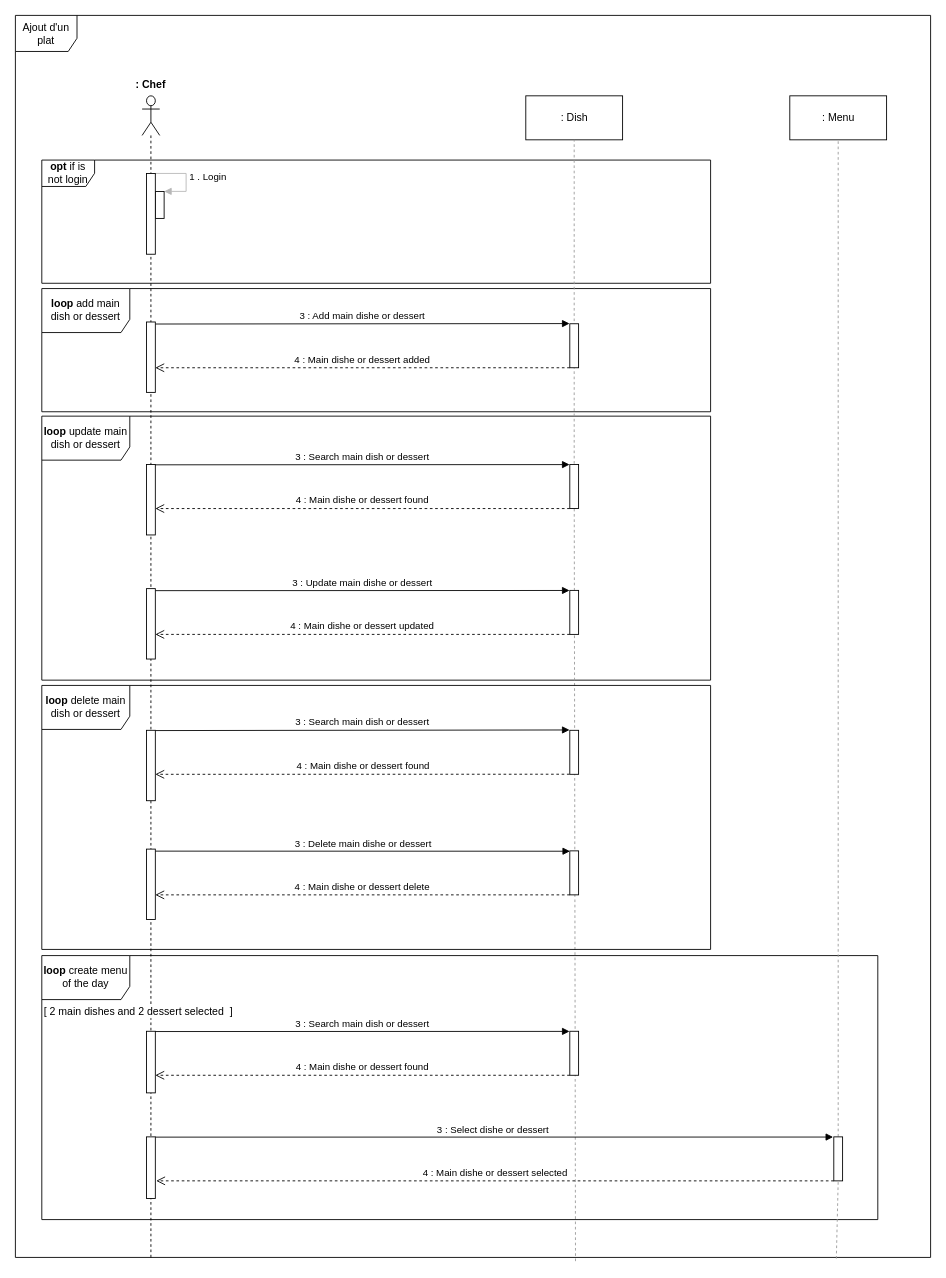
Before: page "Ajout d'un plat" (1 of 3) of Diagrammes de séquence.drawio in klaxurit/JuncaHugo_4_10122021, a draw.io diagram. Source tidied: cells renumbered, new cells numbered last; positions are measured from the earlier drawing's top-left corner, leaving out a move shared by most shapes. Both pictures are drawn from the tidied source at 88%, with x=0, y=0 at pixel (15, 15).
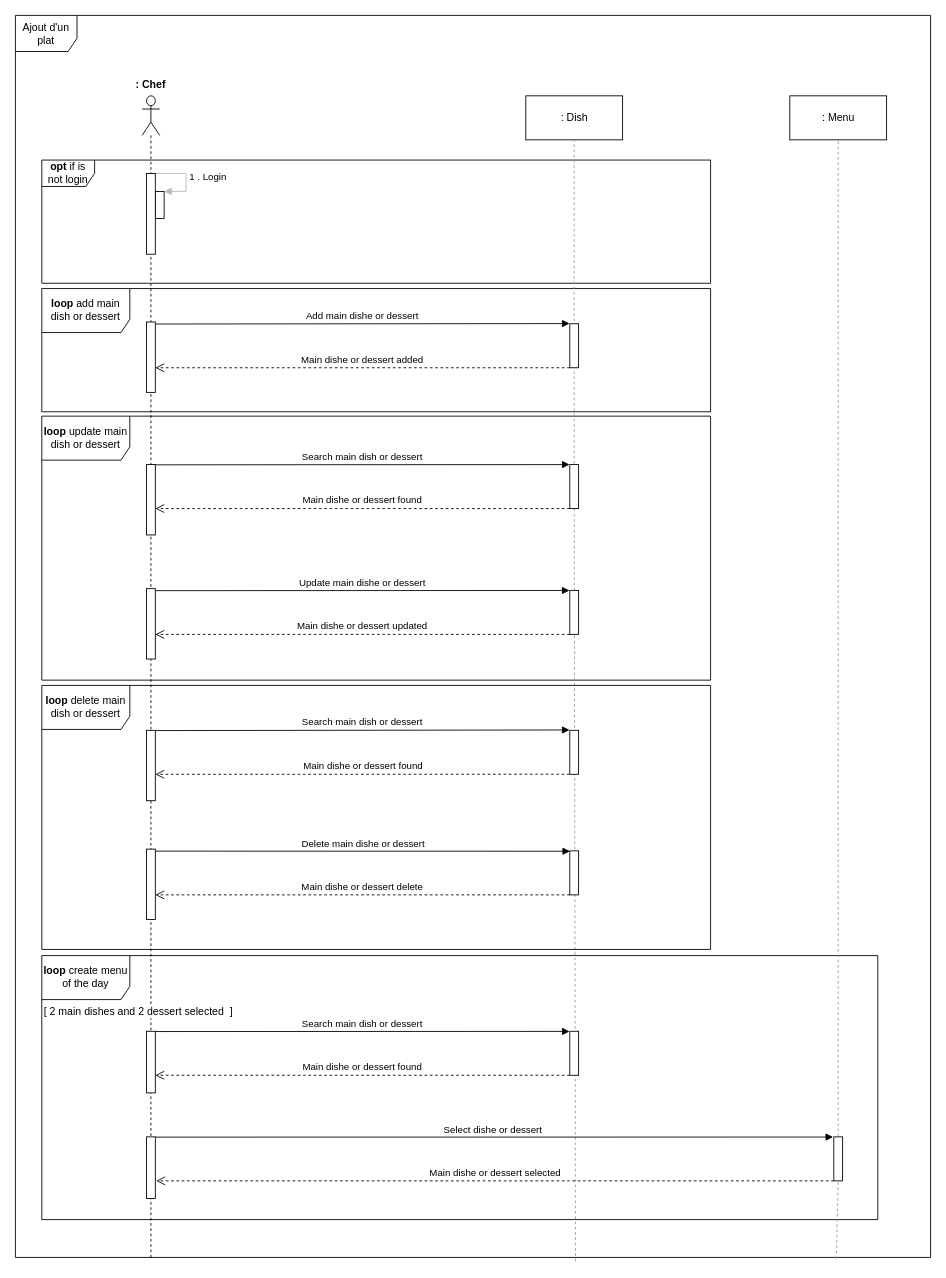
After the change.

The change refers to these unchanged cells:
```xml
<mxCell id="10" style="html=1;points=[];perimeter=orthogonalPerimeter;" parent="1" vertex="1">
  <mxGeometry x="630" y="350.4" width="10" height="50" as="geometry" />
</mxCell>
<mxCell id="20" style="html=1;points=[];perimeter=orthogonalPerimeter;" parent="1" vertex="1">
  <mxGeometry x="630" y="510.4" width="10" height="50" as="geometry" />
</mxCell>
<mxCell id="23" style="html=1;points=[];perimeter=orthogonalPerimeter;" parent="1" vertex="1">
  <mxGeometry x="630" y="653.4" width="10" height="50" as="geometry" />
</mxCell>
<mxCell id="30" style="html=1;points=[];perimeter=orthogonalPerimeter;" parent="1" vertex="1">
  <mxGeometry x="630" y="949.4" width="10" height="50" as="geometry" />
</mxCell>
<mxCell id="34" style="html=1;points=[];perimeter=orthogonalPerimeter;" parent="1" vertex="1">
  <mxGeometry x="630" y="812.4" width="10" height="50" as="geometry" />
</mxCell>
<mxCell id="39" style="html=1;points=[];perimeter=orthogonalPerimeter;" parent="1" vertex="1">
  <mxGeometry x="630" y="1154.4" width="10" height="50" as="geometry" />
</mxCell>
<mxCell id="44" style="html=1;points=[];perimeter=orthogonalPerimeter;" parent="1" vertex="1">
  <mxGeometry x="149" y="1274.4" width="10" height="70" as="geometry" />
</mxCell>
<mxCell id="45" style="html=1;points=[];perimeter=orthogonalPerimeter;" parent="1" vertex="1">
  <mxGeometry x="930" y="1274.4" width="10" height="50" as="geometry" />
</mxCell>
```

What changed in the source:
```diff
@@
-    <mxCell id="9" value="3 : Add main dishe or dessert" style="html=1;verticalAlign=bottom;endArrow=block;rounded=0;exitX=0.986;exitY=0.004;exitDx=0;exitDy=0;exitPerimeter=0;entryX=-0.028;entryY=-0.004;entryDx=0;entryDy=0;entryPerimeter=0;" parent="1" edge="1" target="10">
+    <mxCell id="9" value="Add main dishe or dessert" style="html=1;verticalAlign=bottom;endArrow=block;rounded=0;exitX=0.986;exitY=0.004;exitDx=0;exitDy=0;exitPerimeter=0;entryX=-0.028;entryY=-0.004;entryDx=0;entryDy=0;entryPerimeter=0;" parent="1" edge="1" target="10">
       <mxGeometry relative="1" as="geometry">
         <mxPoint x="158.9" y="350.7" as="sourcePoint" />
       </mxGeometry>
     </mxCell>
@@
-    <mxCell id="11" value="4 : Main dishe or dessert added" style="html=1;verticalAlign=bottom;endArrow=open;dashed=1;endSize=8;rounded=0;entryX=1;entryY=0.96;entryDx=0;entryDy=0;entryPerimeter=0;" parent="1" edge="1">
+    <mxCell id="11" value="Main dishe or dessert added" style="html=1;verticalAlign=bottom;endArrow=open;dashed=1;endSize=8;rounded=0;entryX=1;entryY=0.96;entryDx=0;entryDy=0;entryPerimeter=0;" parent="1" edge="1">
       <mxGeometry relative="1" as="geometry">
         <mxPoint x="630" y="400.4" as="sourcePoint" />
         <mxPoint x="159" y="400.4" as="targetPoint" />
       </mxGeometry>
     </mxCell>
@@
-    <mxCell id="19" value="3 : Search main dish or dessert" style="html=1;verticalAlign=bottom;endArrow=block;rounded=0;exitX=0.986;exitY=0.004;exitDx=0;exitDy=0;exitPerimeter=0;entryX=-0.028;entryY=0.001;entryDx=0;entryDy=0;entryPerimeter=0;" parent="1" edge="1" target="20">
+    <mxCell id="19" value="Search main dish or dessert" style="html=1;verticalAlign=bottom;endArrow=block;rounded=0;exitX=0.986;exitY=0.004;exitDx=0;exitDy=0;exitPerimeter=0;entryX=-0.028;entryY=0.001;entryDx=0;entryDy=0;entryPerimeter=0;" parent="1" edge="1" target="20">
       <mxGeometry relative="1" as="geometry">
         <mxPoint x="158.9" y="510.7" as="sourcePoint" />
       </mxGeometry>
     </mxCell>
@@
-    <mxCell id="21" value="4 : Main dishe or dessert found" style="html=1;verticalAlign=bottom;endArrow=open;dashed=1;endSize=8;rounded=0;entryX=1;entryY=0.96;entryDx=0;entryDy=0;entryPerimeter=0;" parent="1" edge="1">
+    <mxCell id="21" value="Main dishe or dessert found" style="html=1;verticalAlign=bottom;endArrow=open;dashed=1;endSize=8;rounded=0;entryX=1;entryY=0.96;entryDx=0;entryDy=0;entryPerimeter=0;" parent="1" edge="1">
       <mxGeometry relative="1" as="geometry">
         <mxPoint x="630" y="560.4" as="sourcePoint" />
         <mxPoint x="159" y="560.4" as="targetPoint" />
       </mxGeometry>
     </mxCell>
-    <mxCell id="22" value="3 : Update main dishe or dessert" style="html=1;verticalAlign=bottom;endArrow=block;rounded=0;exitX=0.986;exitY=0.004;exitDx=0;exitDy=0;exitPerimeter=0;entryX=-0.028;entryY=0.002;entryDx=0;entryDy=0;entryPerimeter=0;" parent="1" edge="1" target="23">
+    <mxCell id="22" value="Update main dishe or dessert" style="html=1;verticalAlign=bottom;endArrow=block;rounded=0;exitX=0.986;exitY=0.004;exitDx=0;exitDy=0;exitPerimeter=0;entryX=-0.028;entryY=0.002;entryDx=0;entryDy=0;entryPerimeter=0;" parent="1" edge="1" target="23">
       <mxGeometry relative="1" as="geometry">
         <mxPoint x="158.9" y="653.7" as="sourcePoint" />
       </mxGeometry>
     </mxCell>
@@
-    <mxCell id="24" value="4 : Main dishe or dessert updated" style="html=1;verticalAlign=bottom;endArrow=open;dashed=1;endSize=8;rounded=0;entryX=1;entryY=0.96;entryDx=0;entryDy=0;entryPerimeter=0;" parent="1" edge="1">
+    <mxCell id="24" value="Main dishe or dessert updated" style="html=1;verticalAlign=bottom;endArrow=open;dashed=1;endSize=8;rounded=0;entryX=1;entryY=0.96;entryDx=0;entryDy=0;entryPerimeter=0;" parent="1" edge="1">
       <mxGeometry relative="1" as="geometry">
         <mxPoint x="630" y="703.4" as="sourcePoint" />
         <mxPoint x="159" y="703.4" as="targetPoint" />
       </mxGeometry>
     </mxCell>
@@
-    <mxCell id="27" value="3 : Search main dish or dessert" style="html=1;verticalAlign=bottom;endArrow=block;rounded=0;exitX=0.986;exitY=0.004;exitDx=0;exitDy=0;exitPerimeter=0;entryX=-0.028;entryY=-0.008;entryDx=0;entryDy=0;entryPerimeter=0;" parent="1" edge="1" target="34">
+    <mxCell id="27" value="Search main dish or dessert" style="html=1;verticalAlign=bottom;endArrow=block;rounded=0;exitX=0.986;exitY=0.004;exitDx=0;exitDy=0;exitPerimeter=0;entryX=-0.028;entryY=-0.008;entryDx=0;entryDy=0;entryPerimeter=0;" parent="1" edge="1" target="34">
       <mxGeometry relative="1" as="geometry">
         <mxPoint x="158.9" y="812.7" as="sourcePoint" />
       </mxGeometry>
     </mxCell>
-    <mxCell id="28" value="4 : Main dishe or dessert found" style="html=1;verticalAlign=bottom;endArrow=open;dashed=1;endSize=8;rounded=0;exitX=-0.028;exitY=0.998;exitDx=0;exitDy=0;exitPerimeter=0;entryX=1;entryY=0.96;entryDx=0;entryDy=0;entryPerimeter=0;" parent="1" edge="1" source="34">
+    <mxCell id="28" value="Main dishe or dessert found" style="html=1;verticalAlign=bottom;endArrow=open;dashed=1;endSize=8;rounded=0;exitX=-0.028;exitY=0.998;exitDx=0;exitDy=0;exitPerimeter=0;entryX=1;entryY=0.96;entryDx=0;entryDy=0;entryPerimeter=0;" parent="1" edge="1" source="34">
       <mxGeometry relative="1" as="geometry">
         <mxPoint x="159" y="862.4" as="targetPoint" />
       </mxGeometry>
     </mxCell>
-    <mxCell id="29" value="3 : Delete main dishe or dessert" style="html=1;verticalAlign=bottom;endArrow=block;rounded=0;exitX=0.986;exitY=0.004;exitDx=0;exitDy=0;exitPerimeter=0;entryX=0.028;entryY=0.008;entryDx=0;entryDy=0;entryPerimeter=0;" parent="1" edge="1" target="30">
+    <mxCell id="29" value="Delete main dishe or dessert" style="html=1;verticalAlign=bottom;endArrow=block;rounded=0;exitX=0.986;exitY=0.004;exitDx=0;exitDy=0;exitPerimeter=0;entryX=0.028;entryY=0.008;entryDx=0;entryDy=0;entryPerimeter=0;" parent="1" edge="1" target="30">
       <mxGeometry relative="1" as="geometry">
         <mxPoint x="158.9" y="949.7" as="sourcePoint" />
       </mxGeometry>
     </mxCell>
@@
-    <mxCell id="31" value="4 : Main dishe or dessert delete" style="html=1;verticalAlign=bottom;endArrow=open;dashed=1;endSize=8;rounded=0;entryX=1;entryY=0.96;entryDx=0;entryDy=0;entryPerimeter=0;" parent="1" edge="1">
+    <mxCell id="31" value="Main dishe or dessert delete" style="html=1;verticalAlign=bottom;endArrow=open;dashed=1;endSize=8;rounded=0;entryX=1;entryY=0.96;entryDx=0;entryDy=0;entryPerimeter=0;" parent="1" edge="1">
       <mxGeometry relative="1" as="geometry">
         <mxPoint x="630" y="999.4" as="sourcePoint" />
         <mxPoint x="159" y="999.4" as="targetPoint" />
       </mxGeometry>
     </mxCell>
@@
-    <mxCell id="38" value="3 : Search main dish or dessert" style="html=1;verticalAlign=bottom;endArrow=block;rounded=0;exitX=0.986;exitY=0.004;exitDx=0;exitDy=0;exitPerimeter=0;entryX=-0.028;entryY=0.003;entryDx=0;entryDy=0;entryPerimeter=0;" parent="1" edge="1" target="39">
+    <mxCell id="38" value="Search main dish or dessert" style="html=1;verticalAlign=bottom;endArrow=block;rounded=0;exitX=0.986;exitY=0.004;exitDx=0;exitDy=0;exitPerimeter=0;entryX=-0.028;entryY=0.003;entryDx=0;entryDy=0;entryPerimeter=0;" parent="1" edge="1" target="39">
       <mxGeometry relative="1" as="geometry">
         <mxPoint x="158.9" y="1154.7" as="sourcePoint" />
       </mxGeometry>
     </mxCell>
@@
-    <mxCell id="40" value="4 : Main dishe or dessert found" style="html=1;verticalAlign=bottom;endArrow=open;dashed=1;endSize=8;rounded=0;entryX=1;entryY=0.96;entryDx=0;entryDy=0;entryPerimeter=0;" parent="1" edge="1">
+    <mxCell id="40" value="Main dishe or dessert found" style="html=1;verticalAlign=bottom;endArrow=open;dashed=1;endSize=8;rounded=0;entryX=1;entryY=0.96;entryDx=0;entryDy=0;entryPerimeter=0;" parent="1" edge="1">
       <mxGeometry relative="1" as="geometry">
         <mxPoint x="630" y="1204.4" as="sourcePoint" />
         <mxPoint x="159" y="1204.4" as="targetPoint" />
       </mxGeometry>
     </mxCell>
@@
-    <mxCell id="43" value="3 : Select dishe or dessert&amp;nbsp;" style="html=1;verticalAlign=bottom;endArrow=block;rounded=0;exitX=0.986;exitY=0.004;exitDx=0;exitDy=0;exitPerimeter=0;entryX=-0.077;entryY=0.004;entryDx=0;entryDy=0;entryPerimeter=0;" parent="1" edge="1" target="45">
+    <mxCell id="43" value="Select dishe or dessert&amp;nbsp;" style="html=1;verticalAlign=bottom;endArrow=block;rounded=0;exitX=0.986;exitY=0.004;exitDx=0;exitDy=0;exitPerimeter=0;entryX=-0.077;entryY=0.004;entryDx=0;entryDy=0;entryPerimeter=0;" parent="1" edge="1" target="45">
       <mxGeometry relative="1" as="geometry">
         <mxPoint x="158.9" y="1274.7" as="sourcePoint" />
       </mxGeometry>
     </mxCell>
@@
-    <mxCell id="47" value="4 : Main dishe or dessert selected" style="html=1;verticalAlign=bottom;endArrow=open;dashed=1;endSize=8;rounded=0;entryX=1.1;entryY=0.714;entryDx=0;entryDy=0;entryPerimeter=0;" parent="1" edge="1" target="44">
+    <mxCell id="47" value="Main dishe or dessert selected" style="html=1;verticalAlign=bottom;endArrow=open;dashed=1;endSize=8;rounded=0;entryX=1.1;entryY=0.714;entryDx=0;entryDy=0;entryPerimeter=0;" parent="1" edge="1" target="44">
       <mxGeometry relative="1" as="geometry">
         <mxPoint x="930" y="1324.4" as="sourcePoint" />
       </mxGeometry>
     </mxCell>
```
